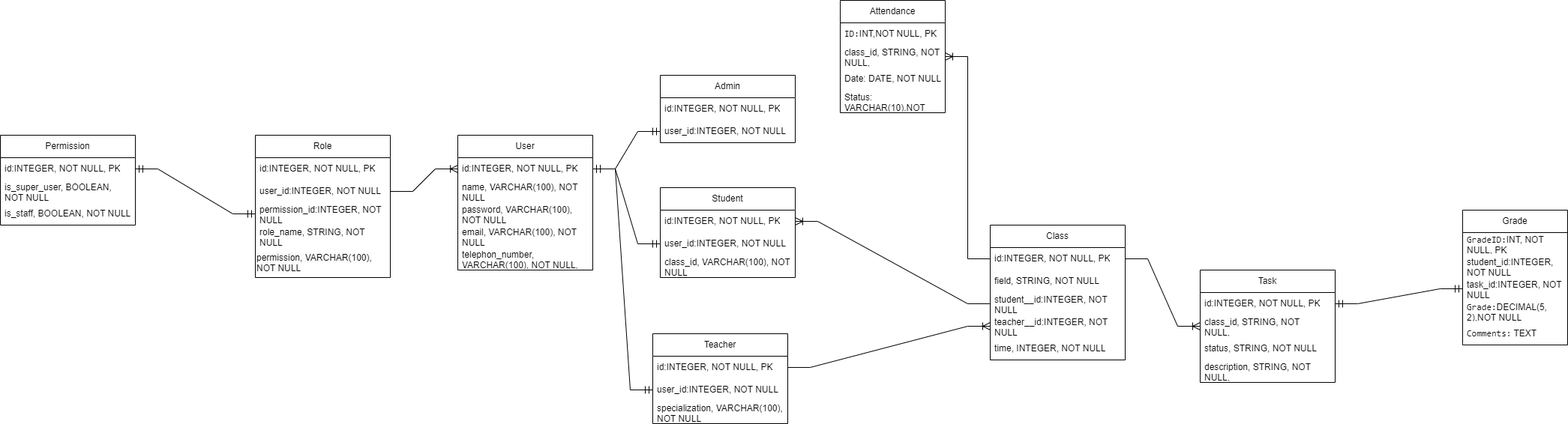
Before: бд.drawio (1).png, a diagram exported from draw.io (Gorbachevvvv/Online-Courses-db). Source tidied: cells renumbered, new cells last; positions are measured from the earlier drawing's top-left corner, leaving out a move shared by most shapes.
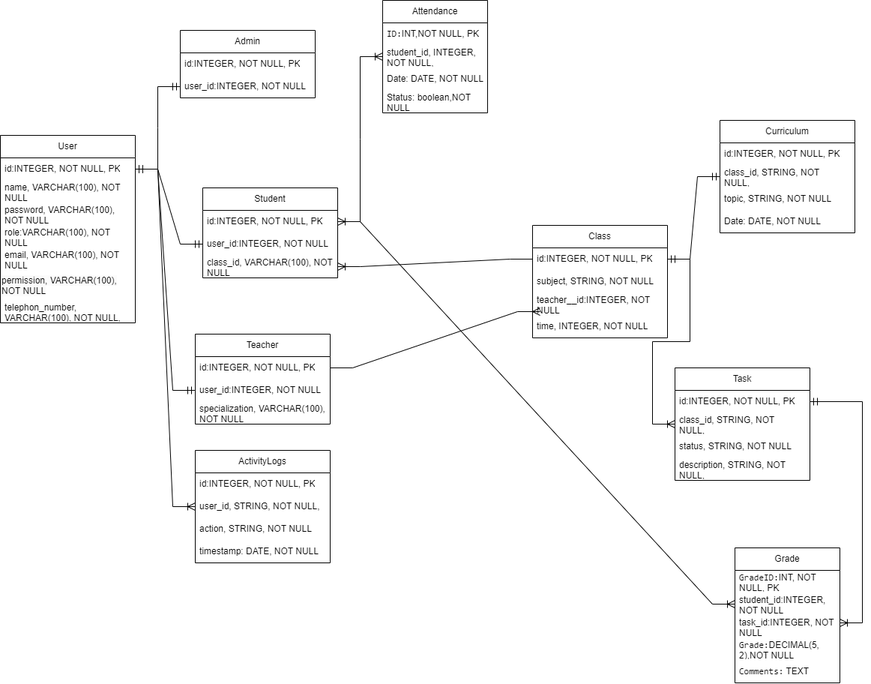
After the change.

The edit, as a diff of the source:
```diff
@@ -3,7 +3,7 @@
     <mxCell id="0" />
     <mxCell id="1" parent="0" />
     <mxCell id="2" value="User" style="swimlane;fontStyle=0;horizontal=1;startSize=30;whiteSpace=wrap;html=1;" parent="1" vertex="1">
-      <mxGeometry x="610" y="180" width="180" height="180" as="geometry" />
+      <mxGeometry x="610" y="180" width="180" height="250" as="geometry" />
     </mxCell>
     <mxCell id="3" value="id:INTEGER, NOT NULL, PK" style="text;strokeColor=none;fillColor=none;align=left;verticalAlign=middle;spacingLeft=4;spacingRight=4;overflow=hidden;points=[[0,0.5],[1,0.5]];portConstraint=eastwest;whiteSpace=wrap;html=1;" parent="2" vertex="1">
       <mxGeometry y="30" width="180" height="30" as="geometry" />
@@ -14,11 +14,17 @@
     <mxCell id="5" value="password, VARCHAR(100), NOT NULL" style="text;strokeColor=none;fillColor=none;align=left;verticalAlign=middle;spacingLeft=4;spacingRight=4;overflow=hidden;whiteSpace=wrap;html=1;" parent="2" vertex="1">
       <mxGeometry y="90" width="180" height="30" as="geometry" />
     </mxCell>
+    <mxCell id="33" value="role:VARCHAR(100), NOT NULL" style="text;strokeColor=none;fillColor=none;align=left;verticalAlign=middle;spacingLeft=4;spacingRight=4;overflow=hidden;points=[[0,0.5],[1,0.5]];portConstraint=eastwest;whiteSpace=wrap;html=1;" parent="2" vertex="1">
+      <mxGeometry y="120" width="180" height="30" as="geometry" />
+    </mxCell>
     <mxCell id="6" value="email, VARCHAR(100), NOT NULL" style="text;strokeColor=none;fillColor=none;align=left;verticalAlign=middle;spacingLeft=4;spacingRight=4;overflow=hidden;whiteSpace=wrap;html=1;" parent="2" vertex="1">
-      <mxGeometry y="120" width="180" height="30" as="geometry" />
+      <mxGeometry y="150" width="180" height="30" as="geometry" />
     </mxCell>
+    <mxCell id="36" value="&lt;span style=&quot;color: rgb(0, 0, 0); font-family: Helvetica; font-size: 12px; font-style: normal; font-variant-ligatures: normal; font-variant-caps: normal; font-weight: 400; letter-spacing: normal; orphans: 2; text-align: left; text-indent: 0px; text-transform: none; widows: 2; word-spacing: 0px; -webkit-text-stroke-width: 0px; white-space: normal; background-color: rgb(251, 251, 251); text-decoration-thickness: initial; text-decoration-style: initial; text-decoration-color: initial; display: inline !important; float: none;&quot;&gt;permission, VARCHAR(100), NOT NULL&lt;/span&gt;" style="text;whiteSpace=wrap;html=1;" parent="2" vertex="1">
+      <mxGeometry y="180" width="180" height="40" as="geometry" />
+    </mxCell>
     <mxCell id="7" value="telephon_number, VARCHAR(100), NOT NULL,&amp;nbsp; PK" style="text;strokeColor=none;fillColor=none;align=left;verticalAlign=middle;spacingLeft=4;spacingRight=4;overflow=hidden;whiteSpace=wrap;html=1;" parent="2" vertex="1">
-      <mxGeometry y="150" width="180" height="30" as="geometry" />
+      <mxGeometry y="220" width="180" height="30" as="geometry" />
     </mxCell>
     <mxCell id="8" value="Student" style="swimlane;fontStyle=0;horizontal=1;startSize=30;whiteSpace=wrap;html=1;" parent="1" vertex="1">
       <mxGeometry x="880" y="250" width="180" height="120" as="geometry" />
@@ -45,25 +51,22 @@
       <mxGeometry y="90" width="180" height="30" as="geometry" />
     </mxCell>
     <mxCell id="16" value="Class" style="swimlane;fontStyle=0;horizontal=1;startSize=30;whiteSpace=wrap;html=1;" parent="1" vertex="1">
-      <mxGeometry x="1320" y="300" width="180" height="180" as="geometry" />
+      <mxGeometry x="1320" y="300" width="180" height="150" as="geometry" />
     </mxCell>
     <mxCell id="17" value="id:INTEGER, NOT NULL, PK" style="text;strokeColor=none;fillColor=none;align=left;verticalAlign=middle;spacingLeft=4;spacingRight=4;overflow=hidden;points=[[0,0.5],[1,0.5]];portConstraint=eastwest;whiteSpace=wrap;html=1;" parent="16" vertex="1">
       <mxGeometry y="30" width="180" height="30" as="geometry" />
     </mxCell>
-    <mxCell id="18" value="field, STRING, NOT NULL" style="text;strokeColor=none;fillColor=none;align=left;verticalAlign=middle;spacingLeft=4;spacingRight=4;overflow=hidden;whiteSpace=wrap;html=1;" parent="16" vertex="1">
+    <mxCell id="18" value="subject, STRING, NOT NULL" style="text;strokeColor=none;fillColor=none;align=left;verticalAlign=middle;spacingLeft=4;spacingRight=4;overflow=hidden;whiteSpace=wrap;html=1;" parent="16" vertex="1">
       <mxGeometry y="60" width="180" height="30" as="geometry" />
     </mxCell>
-    <mxCell id="19" value="student__id:INTEGER, NOT NULL" style="text;strokeColor=none;fillColor=none;align=left;verticalAlign=middle;spacingLeft=4;spacingRight=4;overflow=hidden;points=[[0,0.5],[1,0.5]];portConstraint=eastwest;whiteSpace=wrap;html=1;" parent="16" vertex="1">
-      <mxGeometry y="90" width="180" height="30" as="geometry" />
-    </mxCell>
     <mxCell id="20" value="teacher__id:INTEGER, NOT NULL" style="text;strokeColor=none;fillColor=none;align=left;verticalAlign=middle;spacingLeft=4;spacingRight=4;overflow=hidden;points=[[0,0.5],[1,0.5]];portConstraint=eastwest;whiteSpace=wrap;html=1;" parent="16" vertex="1">
-      <mxGeometry y="120" width="180" height="30" as="geometry" />
+      <mxGeometry y="90" width="180" height="30" as="geometry" />
     </mxCell>
     <mxCell id="21" value="time, INTEGER, NOT NULL" style="text;strokeColor=none;fillColor=none;align=left;verticalAlign=middle;spacingLeft=4;spacingRight=4;overflow=hidden;whiteSpace=wrap;html=1;" parent="16" vertex="1">
-      <mxGeometry y="150" width="180" height="30" as="geometry" />
+      <mxGeometry y="120" width="180" height="30" as="geometry" />
     </mxCell>
     <mxCell id="22" value="Task" style="swimlane;fontStyle=0;horizontal=1;startSize=30;whiteSpace=wrap;html=1;" parent="1" vertex="1">
-      <mxGeometry x="1600" y="360" width="180" height="150" as="geometry" />
+      <mxGeometry x="1510" y="490" width="180" height="150" as="geometry" />
     </mxCell>
     <mxCell id="23" value="id:INTEGER, NOT NULL, PK" style="text;strokeColor=none;fillColor=none;align=left;verticalAlign=middle;spacingLeft=4;spacingRight=4;overflow=hidden;points=[[0,0.5],[1,0.5]];portConstraint=eastwest;whiteSpace=wrap;html=1;" parent="22" vertex="1">
       <mxGeometry y="30" width="180" height="30" as="geometry" />
@@ -77,38 +80,8 @@
     <mxCell id="26" value="description, STRING, NOT NULL,&amp;nbsp;" style="text;strokeColor=none;fillColor=none;align=left;verticalAlign=middle;spacingLeft=4;spacingRight=4;overflow=hidden;whiteSpace=wrap;html=1;" parent="22" vertex="1">
       <mxGeometry y="120" width="180" height="30" as="geometry" />
     </mxCell>
-    <mxCell id="27" value="Permission" style="swimlane;fontStyle=0;horizontal=1;startSize=30;whiteSpace=wrap;html=1;" parent="1" vertex="1">
-      <mxGeometry y="180" width="180" height="120" as="geometry" />
-    </mxCell>
-    <mxCell id="28" value="id:INTEGER, NOT NULL, PK" style="text;strokeColor=none;fillColor=none;align=left;verticalAlign=middle;spacingLeft=4;spacingRight=4;overflow=hidden;points=[[0,0.5],[1,0.5]];portConstraint=eastwest;whiteSpace=wrap;html=1;" parent="27" vertex="1">
-      <mxGeometry y="30" width="180" height="30" as="geometry" />
-    </mxCell>
-    <mxCell id="29" value="is_super_user, BOOLEAN, NOT NULL" style="text;strokeColor=none;fillColor=none;align=left;verticalAlign=middle;spacingLeft=4;spacingRight=4;overflow=hidden;whiteSpace=wrap;html=1;" parent="27" vertex="1">
-      <mxGeometry y="60" width="180" height="30" as="geometry" />
-    </mxCell>
-    <mxCell id="30" value="is_staff, BOOLEAN, NOT NULL" style="text;strokeColor=none;fillColor=none;align=left;verticalAlign=middle;spacingLeft=4;spacingRight=4;overflow=hidden;whiteSpace=wrap;html=1;" parent="27" vertex="1">
-      <mxGeometry y="90" width="180" height="30" as="geometry" />
-    </mxCell>
-    <mxCell id="31" value="Role" style="swimlane;fontStyle=0;horizontal=1;startSize=30;whiteSpace=wrap;html=1;" parent="1" vertex="1">
-      <mxGeometry x="340" y="180" width="180" height="190" as="geometry" />
-    </mxCell>
-    <mxCell id="32" value="id:INTEGER, NOT NULL, PK" style="text;strokeColor=none;fillColor=none;align=left;verticalAlign=middle;spacingLeft=4;spacingRight=4;overflow=hidden;whiteSpace=wrap;html=1;" parent="31" vertex="1">
-      <mxGeometry y="30" width="180" height="30" as="geometry" />
-    </mxCell>
-    <mxCell id="33" value="user_id:INTEGER, NOT NULL" style="text;strokeColor=none;fillColor=none;align=left;verticalAlign=middle;spacingLeft=4;spacingRight=4;overflow=hidden;points=[[0,0.5],[1,0.5]];portConstraint=eastwest;whiteSpace=wrap;html=1;" parent="31" vertex="1">
-      <mxGeometry y="60" width="180" height="30" as="geometry" />
-    </mxCell>
-    <mxCell id="34" value="permission_id:INTEGER, NOT NULL" style="text;strokeColor=none;fillColor=none;align=left;verticalAlign=middle;spacingLeft=4;spacingRight=4;overflow=hidden;points=[[0,0.5],[1,0.5]];portConstraint=eastwest;whiteSpace=wrap;html=1;" parent="31" vertex="1">
-      <mxGeometry y="90" width="180" height="30" as="geometry" />
-    </mxCell>
-    <mxCell id="35" value="role_name, STRING, NOT NULL" style="text;strokeColor=none;fillColor=none;align=left;verticalAlign=middle;spacingLeft=4;spacingRight=4;overflow=hidden;whiteSpace=wrap;html=1;" parent="31" vertex="1">
-      <mxGeometry y="120" width="180" height="30" as="geometry" />
-    </mxCell>
-    <mxCell id="36" value="&lt;span style=&quot;color: rgb(0, 0, 0); font-family: Helvetica; font-size: 12px; font-style: normal; font-variant-ligatures: normal; font-variant-caps: normal; font-weight: 400; letter-spacing: normal; orphans: 2; text-align: left; text-indent: 0px; text-transform: none; widows: 2; word-spacing: 0px; -webkit-text-stroke-width: 0px; white-space: normal; background-color: rgb(251, 251, 251); text-decoration-thickness: initial; text-decoration-style: initial; text-decoration-color: initial; display: inline !important; float: none;&quot;&gt;permission, VARCHAR(100), NOT NULL&lt;/span&gt;" style="text;whiteSpace=wrap;html=1;" parent="31" vertex="1">
-      <mxGeometry y="150" width="180" height="40" as="geometry" />
-    </mxCell>
     <mxCell id="37" value="Admin" style="swimlane;fontStyle=0;horizontal=1;startSize=30;whiteSpace=wrap;html=1;" parent="1" vertex="1">
-      <mxGeometry x="880" y="100" width="180" height="90" as="geometry" />
+      <mxGeometry x="850" y="40" width="180" height="90" as="geometry" />
     </mxCell>
     <mxCell id="38" value="id:INTEGER, NOT NULL, PK" style="text;strokeColor=none;fillColor=none;align=left;verticalAlign=middle;spacingLeft=4;spacingRight=4;overflow=hidden;whiteSpace=wrap;html=1;" parent="37" vertex="1">
       <mxGeometry y="30" width="180" height="30" as="geometry" />
@@ -122,17 +95,17 @@
     <mxCell id="41" value="&lt;code&gt;ID:&lt;/code&gt;INT,NOT NULL,&amp;nbsp;PK" style="text;strokeColor=none;fillColor=none;align=left;verticalAlign=middle;spacingLeft=4;spacingRight=4;overflow=hidden;whiteSpace=wrap;html=1;" parent="40" vertex="1">
       <mxGeometry y="30" width="140" height="30" as="geometry" />
     </mxCell>
-    <mxCell id="42" value="class_id, STRING, NOT NULL,&amp;nbsp;&amp;nbsp;" style="text;strokeColor=none;fillColor=none;align=left;verticalAlign=middle;spacingLeft=4;spacingRight=4;overflow=hidden;points=[[0,0.5],[1,0.5]];portConstraint=eastwest;whiteSpace=wrap;html=1;" parent="40" vertex="1">
+    <mxCell id="42" value="student_id, INTEGER, NOT NULL,&amp;nbsp;&amp;nbsp;" style="text;strokeColor=none;fillColor=none;align=left;verticalAlign=middle;spacingLeft=4;spacingRight=4;overflow=hidden;points=[[0,0.5],[1,0.5]];portConstraint=eastwest;whiteSpace=wrap;html=1;" parent="40" vertex="1">
       <mxGeometry y="60" width="140" height="30" as="geometry" />
     </mxCell>
     <mxCell id="43" value="Date: DATE, NOT NULL" style="text;strokeColor=none;fillColor=none;align=left;verticalAlign=middle;spacingLeft=4;spacingRight=4;overflow=hidden;whiteSpace=wrap;html=1;" parent="40" vertex="1">
       <mxGeometry y="90" width="140" height="30" as="geometry" />
     </mxCell>
-    <mxCell id="44" value="Status: VARCHAR(10),NOT NULL" style="text;strokeColor=none;fillColor=none;align=left;verticalAlign=middle;spacingLeft=4;spacingRight=4;overflow=hidden;whiteSpace=wrap;html=1;" parent="40" vertex="1">
+    <mxCell id="44" value="Status: boolean,NOT NULL" style="text;strokeColor=none;fillColor=none;align=left;verticalAlign=middle;spacingLeft=4;spacingRight=4;overflow=hidden;whiteSpace=wrap;html=1;" parent="40" vertex="1">
       <mxGeometry y="120" width="140" height="30" as="geometry" />
     </mxCell>
     <mxCell id="45" value="Grade" style="swimlane;fontStyle=0;horizontal=1;startSize=30;whiteSpace=wrap;html=1;" parent="1" vertex="1">
-      <mxGeometry x="1950" y="280" width="140" height="180" as="geometry" />
+      <mxGeometry x="1590" y="730" width="140" height="180" as="geometry" />
     </mxCell>
     <mxCell id="46" value="&lt;code&gt;GradeID:&lt;/code&gt;INT, NOT NULL, PK" style="text;strokeColor=none;fillColor=none;align=left;verticalAlign=middle;spacingLeft=4;spacingRight=4;overflow=hidden;whiteSpace=wrap;html=1;" parent="45" vertex="1">
       <mxGeometry y="30" width="140" height="30" as="geometry" />
@@ -149,9 +122,6 @@
     <mxCell id="50" value="&lt;code&gt;Comments:&lt;/code&gt;&amp;nbsp;TEXT&amp;nbsp;" style="text;strokeColor=none;fillColor=none;align=left;verticalAlign=middle;spacingLeft=4;spacingRight=4;overflow=hidden;whiteSpace=wrap;html=1;" parent="45" vertex="1">
       <mxGeometry y="150" width="140" height="30" as="geometry" />
     </mxCell>
-    <mxCell id="51" style="edgeStyle=entityRelationEdgeStyle;fontSize=12;html=1;endArrow=ERoneToMany;rounded=0;startSize=8;endSize=8;curved=0;entryX=0;entryY=0.5;entryDx=0;entryDy=0;" parent="1" edge="1" source="33" target="3">
-      <mxGeometry relative="1" as="geometry" />
-    </mxCell>
     <mxCell id="52" style="edgeStyle=entityRelationEdgeStyle;fontSize=12;html=1;endArrow=ERmandOne;startArrow=ERmandOne;rounded=0;startSize=8;endSize=8;curved=0;exitX=1;exitY=0.5;exitDx=0;exitDy=0;entryX=0;entryY=0.5;entryDx=0;entryDy=0;" parent="1" edge="1" source="3" target="39">
       <mxGeometry relative="1" as="geometry" />
     </mxCell>
@@ -165,23 +135,72 @@
     <mxCell id="54" style="edgeStyle=entityRelationEdgeStyle;fontSize=12;html=1;endArrow=ERmandOne;startArrow=ERmandOne;rounded=0;startSize=8;endSize=8;curved=0;exitX=1;exitY=0.5;exitDx=0;exitDy=0;entryX=0;entryY=0.5;entryDx=0;entryDy=0;" parent="1" edge="1" source="3" target="14">
       <mxGeometry relative="1" as="geometry" />
     </mxCell>
-    <mxCell id="55" style="edgeStyle=entityRelationEdgeStyle;fontSize=12;html=1;endArrow=ERoneToMany;rounded=0;startSize=8;endSize=8;curved=0;exitX=1;exitY=0.5;exitDx=0;exitDy=0;entryX=0;entryY=0.5;entryDx=0;entryDy=0;" parent="1" edge="1" source="13" target="20">
+    <mxCell id="55" style="edgeStyle=entityRelationEdgeStyle;fontSize=12;html=1;endArrow=ERoneToMany;rounded=0;startSize=8;endSize=8;curved=0;exitX=1;exitY=0.5;exitDx=0;exitDy=0;entryX=0;entryY=0.5;entryDx=0;entryDy=0;" parent="1" edge="1" source="9" target="47">
       <mxGeometry relative="1" as="geometry" />
     </mxCell>
     <mxCell id="56" style="edgeStyle=entityRelationEdgeStyle;fontSize=12;html=1;endArrow=ERoneToMany;rounded=0;startSize=8;endSize=8;curved=0;exitX=1;exitY=0.5;exitDx=0;exitDy=0;entryX=0;entryY=0.5;entryDx=0;entryDy=0;" parent="1" edge="1" source="17" target="24">
       <mxGeometry relative="1" as="geometry" />
     </mxCell>
-    <mxCell id="57" style="edgeStyle=entityRelationEdgeStyle;fontSize=12;html=1;endArrow=ERmandOne;startArrow=ERmandOne;rounded=0;startSize=8;endSize=8;curved=0;exitX=0;exitY=0.5;exitDx=0;exitDy=0;entryX=1;entryY=0.5;entryDx=0;entryDy=0;" parent="1" edge="1" source="48" target="23">
-      <mxGeometry relative="1" as="geometry" />
+    <mxCell id="57" style="edgeStyle=entityRelationEdgeStyle;fontSize=12;html=1;endArrow=ERmandOne;startArrow=ERoneToMany;rounded=0;startSize=8;endSize=8;curved=0;entryX=1;entryY=0.5;entryDx=0;entryDy=0;endFill=0;startFill=0;" parent="1" edge="1" target="23">
+      <mxGeometry relative="1" as="geometry">
+        <mxPoint x="1730" y="830" as="sourcePoint" />
+        <Array as="points">
+          <mxPoint x="1780" y="750" />
+        </Array>
+      </mxGeometry>
     </mxCell>
-    <mxCell id="58" style="edgeStyle=entityRelationEdgeStyle;fontSize=12;html=1;endArrow=ERoneToMany;rounded=0;startSize=8;endSize=8;curved=0;entryX=1;entryY=0.5;entryDx=0;entryDy=0;exitX=0;exitY=0.5;exitDx=0;exitDy=0;" parent="1" edge="1" source="17" target="42">
-      <mxGeometry relative="1" as="geometry" />
+    <mxCell id="58" style="edgeStyle=entityRelationEdgeStyle;fontSize=12;html=1;endArrow=ERoneToMany;rounded=0;startSize=8;endSize=8;curved=0;exitX=1;exitY=0.5;exitDx=0;exitDy=0;startArrow=ERoneToMany;startFill=0;entryX=0;entryY=0.5;entryDx=0;entryDy=0;" parent="1" edge="1" source="9" target="42">
+      <mxGeometry relative="1" as="geometry">
+        <Array as="points">
+          <mxPoint x="1330" y="140" />
+          <mxPoint x="1250" y="210" />
+          <mxPoint x="1170" y="190" />
+        </Array>
+      </mxGeometry>
     </mxCell>
-    <mxCell id="59" style="edgeStyle=entityRelationEdgeStyle;fontSize=12;html=1;endArrow=ERoneToMany;rounded=0;startSize=8;endSize=8;curved=0;exitX=0;exitY=0.5;exitDx=0;exitDy=0;entryX=1;entryY=0.5;entryDx=0;entryDy=0;" parent="1" edge="1" source="19" target="9">
+    <mxCell id="59" style="edgeStyle=entityRelationEdgeStyle;fontSize=12;html=1;endArrow=ERoneToMany;rounded=0;startSize=8;endSize=8;curved=0;entryX=1;entryY=0.5;entryDx=0;entryDy=0;exitX=0;exitY=0.5;exitDx=0;exitDy=0;" parent="1" edge="1" source="17" target="11">
       <mxGeometry relative="1" as="geometry" />
     </mxCell>
-    <mxCell id="60" style="edgeStyle=entityRelationEdgeStyle;fontSize=12;html=1;endArrow=ERmandOne;startArrow=ERmandOne;rounded=0;startSize=8;endSize=8;curved=0;entryX=0;entryY=0.5;entryDx=0;entryDy=0;exitX=1;exitY=0.5;exitDx=0;exitDy=0;" parent="1" edge="1" source="28" target="34">
-      <mxGeometry relative="1" as="geometry" />
-    </mxCell>
+    <mxCell id="61" value="Curriculum" style="swimlane;fontStyle=0;horizontal=1;startSize=30;whiteSpace=wrap;html=1;" parent="1" vertex="1">
+      <mxGeometry x="1570" y="160" width="180" height="150" as="geometry" />
+    </mxCell>
+    <mxCell id="62" value="id:INTEGER, NOT NULL, PK" style="text;strokeColor=none;fillColor=none;align=left;verticalAlign=middle;spacingLeft=4;spacingRight=4;overflow=hidden;whiteSpace=wrap;html=1;" parent="61" vertex="1">
+      <mxGeometry y="30" width="180" height="30" as="geometry" />
+    </mxCell>
+    <mxCell id="63" value="class_id, STRING, NOT NULL,&amp;nbsp;&amp;nbsp;" style="text;strokeColor=none;fillColor=none;align=left;verticalAlign=middle;spacingLeft=4;spacingRight=4;overflow=hidden;points=[[0,0.5],[1,0.5]];portConstraint=eastwest;whiteSpace=wrap;html=1;" parent="61" vertex="1">
+      <mxGeometry y="60" width="180" height="30" as="geometry" />
+    </mxCell>
+    <mxCell id="64" value="topic, STRING, NOT NULL" style="text;strokeColor=none;fillColor=none;align=left;verticalAlign=middle;spacingLeft=4;spacingRight=4;overflow=hidden;whiteSpace=wrap;html=1;" parent="61" vertex="1">
+      <mxGeometry y="90" width="180" height="30" as="geometry" />
+    </mxCell>
+    <mxCell id="65" value="Date: DATE, NOT NULL" style="text;strokeColor=none;fillColor=none;align=left;verticalAlign=middle;spacingLeft=4;spacingRight=4;overflow=hidden;whiteSpace=wrap;html=1;" parent="61" vertex="1">
+      <mxGeometry y="120" width="180" height="30" as="geometry" />
+    </mxCell>
+    <mxCell id="66" style="edgeStyle=entityRelationEdgeStyle;fontSize=12;html=1;endArrow=ERmandOne;rounded=0;startSize=8;endSize=8;curved=0;exitX=1;exitY=0.5;exitDx=0;exitDy=0;entryX=0;entryY=0.5;entryDx=0;entryDy=0;endFill=0;startArrow=ERmandOne;startFill=0;" parent="1" edge="1" source="17" target="63">
+      <mxGeometry relative="1" as="geometry" />
+    </mxCell>
+    <mxCell id="67" value="ActivityLogs" style="swimlane;fontStyle=0;horizontal=1;startSize=30;whiteSpace=wrap;html=1;" parent="1" vertex="1">
+      <mxGeometry x="870" y="600" width="180" height="150" as="geometry" />
+    </mxCell>
+    <mxCell id="68" value="id:INTEGER, NOT NULL, PK" style="text;strokeColor=none;fillColor=none;align=left;verticalAlign=middle;spacingLeft=4;spacingRight=4;overflow=hidden;whiteSpace=wrap;html=1;" parent="67" vertex="1">
+      <mxGeometry y="30" width="180" height="30" as="geometry" />
+    </mxCell>
+    <mxCell id="69" value="user_id, STRING, NOT NULL,&amp;nbsp;&amp;nbsp;" style="text;strokeColor=none;fillColor=none;align=left;verticalAlign=middle;spacingLeft=4;spacingRight=4;overflow=hidden;points=[[0,0.5],[1,0.5]];portConstraint=eastwest;whiteSpace=wrap;html=1;" parent="67" vertex="1">
+      <mxGeometry y="60" width="180" height="30" as="geometry" />
+    </mxCell>
+    <mxCell id="70" value="action, STRING, NOT NULL" style="text;strokeColor=none;fillColor=none;align=left;verticalAlign=middle;spacingLeft=4;spacingRight=4;overflow=hidden;whiteSpace=wrap;html=1;" parent="67" vertex="1">
+      <mxGeometry y="90" width="180" height="30" as="geometry" />
+    </mxCell>
+    <mxCell id="71" value="timestamp: DATE, NOT NULL" style="text;strokeColor=none;fillColor=none;align=left;verticalAlign=middle;spacingLeft=4;spacingRight=4;overflow=hidden;whiteSpace=wrap;html=1;" parent="67" vertex="1">
+      <mxGeometry y="120" width="180" height="30" as="geometry" />
+    </mxCell>
+    <mxCell id="72" style="edgeStyle=entityRelationEdgeStyle;fontSize=12;html=1;endArrow=ERoneToMany;startArrow=ERmandOne;rounded=0;startSize=8;endSize=8;curved=0;exitX=1;exitY=0.5;exitDx=0;exitDy=0;entryX=0;entryY=0.5;entryDx=0;entryDy=0;endFill=0;" parent="1" edge="1" source="3" target="69">
+      <mxGeometry relative="1" as="geometry" />
+    </mxCell>
+    <mxCell id="73" style="edgeStyle=entityRelationEdgeStyle;fontSize=12;html=1;endArrow=ERoneToMany;rounded=0;startSize=8;endSize=8;curved=0;exitX=1;exitY=0.5;exitDx=0;exitDy=0;entryX=0;entryY=0.5;entryDx=0;entryDy=0;" parent="1" edge="1" source="13">
+      <mxGeometry relative="1" as="geometry">
+        <mxPoint x="1330" y="415" as="targetPoint" />
+      </mxGeometry>
+    </mxCell>
   </root>
 </mxGraphModel>
```
